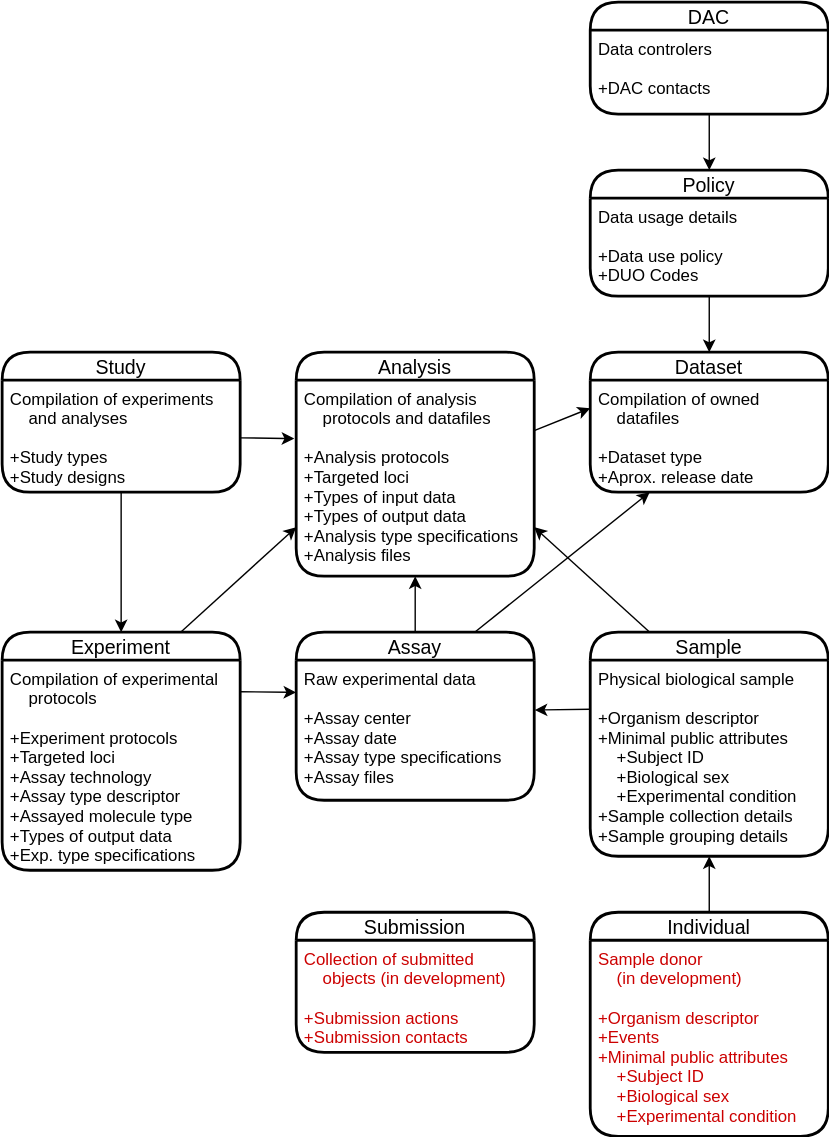
Earlier version of the draw.io export docs/metadata_model/diagrams/20220328_EGA_Metadata_Model2.drawio.svg (EbiEga/ega-metadata-schema). Source tidied: cells renumbered, new cells last; positions are measured from the earlier drawing's top-left corner, leaving out a move shared by most shapes.
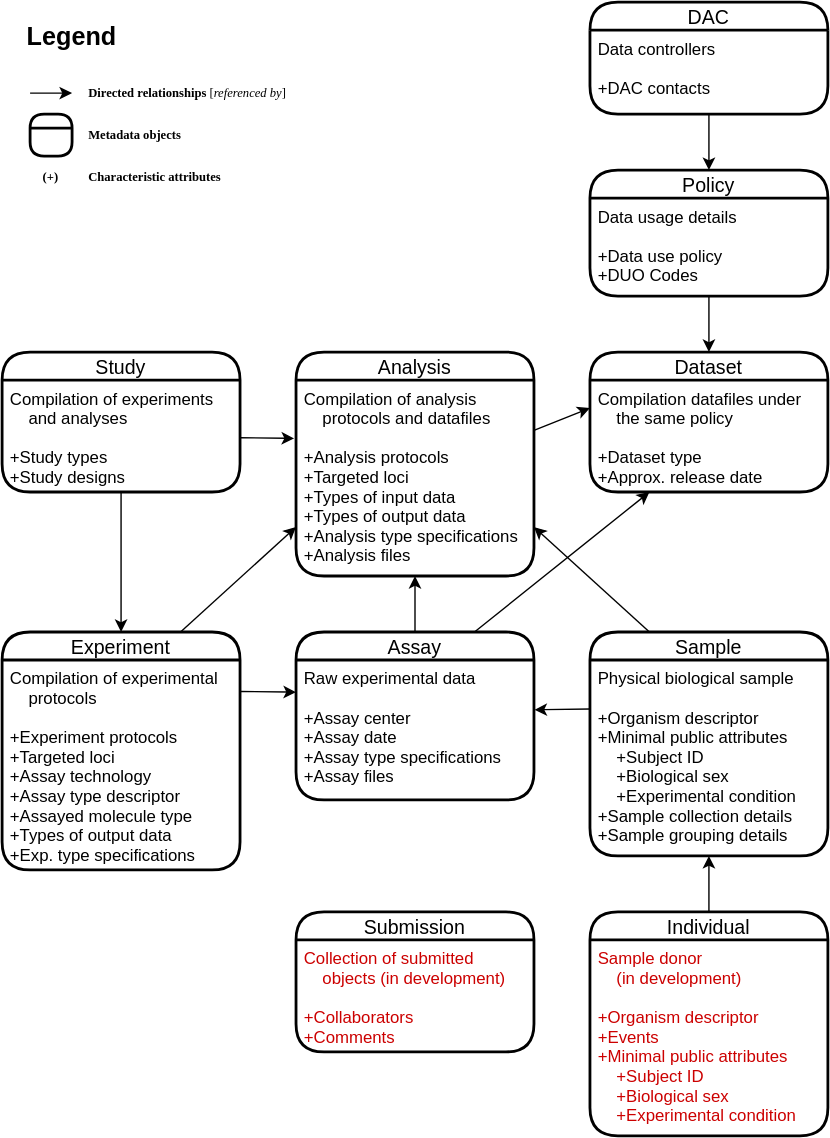
The same file after the commit.

Commit message:
EE-2363 - Amended typos and addded legend

The edit, as a diff of the source:
```diff
@@ -5,7 +5,7 @@
     <mxCell id="2" value="DAC" style="swimlane;horizontal=1;startSize=20;rounded=1;fontSize=14;fontStyle=0;strokeWidth=2;shadow=0;dashed=0;align=center;fontFamily=Helvetica;arcSize=43;" parent="1" vertex="1">
       <mxGeometry x="420" width="170" height="80" as="geometry" />
     </mxCell>
-    <mxCell id="3" value="Data controlers&#10;&#10;+DAC contacts" style="align=left;strokeColor=none;fillColor=none;spacingLeft=4;fontSize=12;verticalAlign=top;dashed=1;fontFamily=Helvetica;" parent="2" vertex="1">
+    <mxCell id="3" value="Data controllers&#10;&#10;+DAC contacts" style="align=left;strokeColor=none;fillColor=none;spacingLeft=4;fontSize=12;verticalAlign=top;dashed=1;fontFamily=Helvetica;" parent="2" vertex="1">
       <mxGeometry y="20" width="170" height="60" as="geometry" />
     </mxCell>
     <mxCell id="4" style="edgeStyle=none;rounded=0;jettySize=auto;html=1;entryX=0.5;entryY=1;entryDx=0;entryDy=0;fontFamily=Helvetica;fontSize=12;fontColor=#CC0000;" parent="1" edge="1" source="5" target="24">
@@ -26,7 +26,7 @@
     <mxCell id="9" value="Dataset" style="swimlane;horizontal=1;startSize=20;rounded=1;fontSize=14;fontStyle=0;strokeWidth=2;shadow=0;dashed=0;align=center;fontFamily=Helvetica;arcSize=43;" parent="1" vertex="1">
       <mxGeometry x="420" y="250" width="170" height="100" as="geometry" />
     </mxCell>
-    <mxCell id="10" value="Compilation of owned &#10;    datafiles&#10;&#10;+Dataset type&#10;+Aprox. release date" style="align=left;strokeColor=none;fillColor=none;spacingLeft=4;fontSize=12;verticalAlign=top;dashed=1;fontFamily=Helvetica;" parent="9" vertex="1">
+    <mxCell id="10" value="Compilation datafiles under &#10;    the same policy&#10;&#10;+Dataset type&#10;+Approx. release date" style="align=left;strokeColor=none;fillColor=none;spacingLeft=4;fontSize=12;verticalAlign=top;dashed=1;fontFamily=Helvetica;" parent="9" vertex="1">
       <mxGeometry y="20" width="170" height="80" as="geometry" />
     </mxCell>
     <mxCell id="11" value="Analysis" style="swimlane;horizontal=1;startSize=20;rounded=1;fontSize=14;fontStyle=0;strokeWidth=2;shadow=0;dashed=0;align=center;fontFamily=Helvetica;arcSize=43;" parent="1" vertex="1">
@@ -74,7 +74,7 @@
     <mxCell id="25" value="Submission" style="swimlane;horizontal=1;startSize=20;rounded=1;fontSize=14;fontStyle=0;strokeWidth=2;shadow=0;dashed=0;align=center;fontFamily=Helvetica;arcSize=43;" parent="1" vertex="1">
       <mxGeometry x="210" y="650" width="170" height="100" as="geometry" />
     </mxCell>
-    <mxCell id="26" value="Collection of submitted &#10;    objects (in development)&#10;&#10;+Submission actions&#10;+Submission contacts" style="align=left;strokeColor=none;fillColor=none;spacingLeft=4;fontSize=12;verticalAlign=top;dashed=1;fontFamily=Helvetica;fontColor=#CC0000;" parent="25" vertex="1">
+    <mxCell id="26" value="Collection of submitted &#10;    objects (in development)&#10;&#10;+Collaborators&#10;+Comments" style="align=left;strokeColor=none;fillColor=none;spacingLeft=4;fontSize=12;verticalAlign=top;dashed=1;fontFamily=Helvetica;fontColor=#CC0000;" parent="25" vertex="1">
       <mxGeometry y="20" width="170" height="80" as="geometry" />
     </mxCell>
     <mxCell id="27" style="edgeStyle=orthogonalEdgeStyle;rounded=0;jettySize=auto;html=1;entryX=0.5;entryY=0;entryDx=0;entryDy=0;fontFamily=Helvetica;fontSize=12;fontColor=#CC0000;" parent="1" edge="1" source="3" target="7">
@@ -100,5 +100,29 @@
     <mxCell id="33" style="edgeStyle=none;rounded=0;jettySize=auto;html=1;exitX=0;exitY=0.25;exitDx=0;exitDy=0;entryX=1.002;entryY=0.356;entryDx=0;entryDy=0;entryPerimeter=0;fontFamily=Helvetica;fontSize=12;fontColor=#CC0000;" parent="1" edge="1" source="24" target="21">
       <mxGeometry relative="1" as="geometry" />
     </mxCell>
+    <mxCell id="34" value="&lt;h1&gt;Legend&lt;/h1&gt;" style="text;html=1;strokeColor=none;fillColor=none;align=center;verticalAlign=middle;whiteSpace=wrap;rounded=0;fontFamily=Helvetica;fontSize=9;fontStyle=0;" parent="1" vertex="1">
+      <mxGeometry x="20" y="10" width="60" height="30" as="geometry" />
+    </mxCell>
+    <mxCell id="35" style="edgeStyle=none;rounded=0;orthogonalLoop=1;jettySize=auto;html=1;fontFamily=Helvetica;fontSize=12;fontColor=#CC0000;" parent="1" edge="1">
+      <mxGeometry relative="1" as="geometry">
+        <mxPoint x="20" y="65" as="sourcePoint" />
+        <mxPoint x="50" y="65" as="targetPoint" />
+      </mxGeometry>
+    </mxCell>
+    <mxCell id="36" value="&lt;b&gt;Directed relationships&lt;/b&gt; [&lt;i&gt;referenced by&lt;/i&gt;]" style="text;html=1;strokeColor=none;fillColor=none;align=left;verticalAlign=middle;whiteSpace=wrap;rounded=0;fontFamily=Verdana;fontSize=9;" parent="1" vertex="1">
+      <mxGeometry x="60" y="50" width="240" height="30" as="geometry" />
+    </mxCell>
+    <mxCell id="37" value="&lt;b&gt;Metadata objects&lt;/b&gt;" style="text;html=1;strokeColor=none;fillColor=none;align=left;verticalAlign=middle;whiteSpace=wrap;rounded=0;fontFamily=Verdana;fontSize=9;" parent="1" vertex="1">
+      <mxGeometry x="60" y="80" width="297" height="30" as="geometry" />
+    </mxCell>
+    <mxCell id="38" style="swimlane;horizontal=1;startSize=10;rounded=1;fontSize=14;fontStyle=0;strokeWidth=2;shadow=0;dashed=0;align=center;fontFamily=Helvetica;arcSize=43;" parent="1" vertex="1">
+      <mxGeometry x="20" y="80" width="30" height="30" as="geometry" />
+    </mxCell>
+    <mxCell id="39" value="&lt;b&gt;Characteristic attributes&lt;/b&gt;" style="text;html=1;strokeColor=none;fillColor=none;align=left;verticalAlign=middle;whiteSpace=wrap;rounded=0;fontFamily=Verdana;fontSize=9;" parent="1" vertex="1">
+      <mxGeometry x="60" y="110" width="240" height="30" as="geometry" />
+    </mxCell>
+    <mxCell id="40" value="&lt;b&gt;(+)&lt;/b&gt;" style="text;html=1;strokeColor=none;fillColor=none;align=center;verticalAlign=middle;whiteSpace=wrap;rounded=0;fontFamily=Verdana;fontSize=9;" parent="1" vertex="1">
+      <mxGeometry x="20" y="110" width="30" height="30" as="geometry" />
+    </mxCell>
   </root>
 </mxGraphModel>
```
